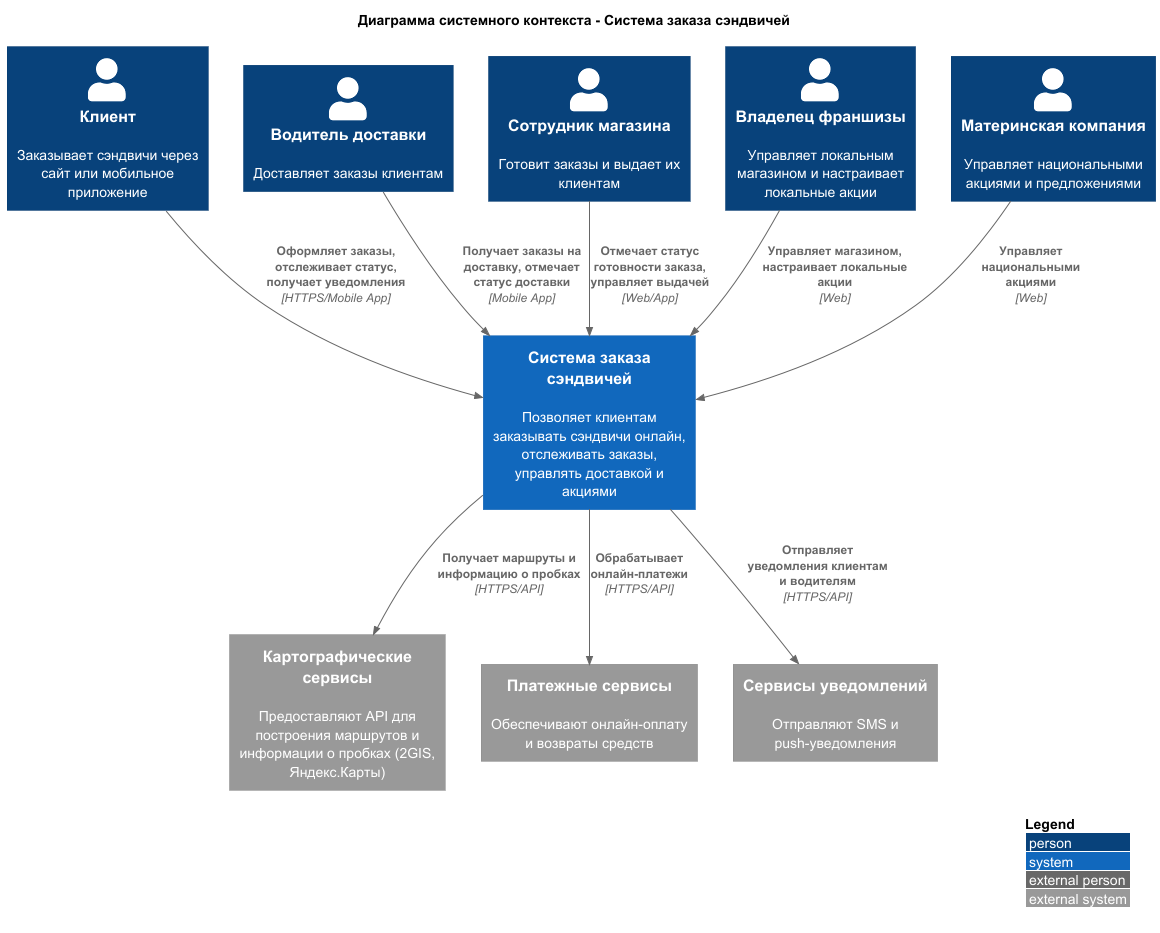
This is Lab Work №2/docs/context_diagram.png from QimbE/SoftwareArchitecture, a PlantUML export, as it was before one commit. Its diagram source:
```plantuml
@startuml
!include https://raw.githubusercontent.com/plantuml-stdlib/C4-PlantUML/master/C4_Context.puml

LAYOUT_WITH_LEGEND()

title Диаграмма системного контекста - Система заказа сэндвичей

Person(client, "Клиент", "Заказывает сэндвичи через сайт или мобильное приложение")
Person(driver, "Водитель доставки", "Доставляет заказы клиентам")
Person(employee, "Сотрудник магазина", "Готовит заказы и выдает их клиентам")
Person(franchisee, "Владелец франшизы", "Управляет локальным магазином и настраивает локальные акции")
Person(franchiser, "Материнская компания", "Управляет национальными акциями и предложениями")

System(sandwich_system, "Система заказа сэндвичей", "Позволяет клиентам заказывать сэндвичи онлайн, отслеживать заказы, управлять доставкой и акциями")

System_Ext(maps, "Картографические сервисы", "Предоставляют API для построения маршрутов и информации о пробках (2GIS, Яндекс.Карты)")
System_Ext(payment, "Платежные сервисы", "Обеспечивают онлайн-оплату и возвраты средств")
System_Ext(notification, "Сервисы уведомлений", "Отправляют SMS и push-уведомления")

Rel(client, sandwich_system, "Оформляет заказы, отслеживает статус, получает уведомления", "HTTPS/Mobile App")
Rel(driver, sandwich_system, "Получает заказы на доставку, отмечает статус доставки", "Mobile App")
Rel(employee, sandwich_system, "Отмечает статус готовности заказа, управляет выдачей", "Web/App")
Rel(franchisee, sandwich_system, "Управляет магазином, настраивает локальные акции", "Web")
Rel(franchiser, sandwich_system, "Управляет национальными акциями", "Web")

Rel(sandwich_system, maps, "Получает маршруты и информацию о пробках", "HTTPS/API")
Rel(sandwich_system, payment, "Обрабатывает онлайн-платежи", "HTTPS/API")
Rel(sandwich_system, notification, "Отправляет уведомления клиентам и водителям", "HTTPS/API")

@enduml
```
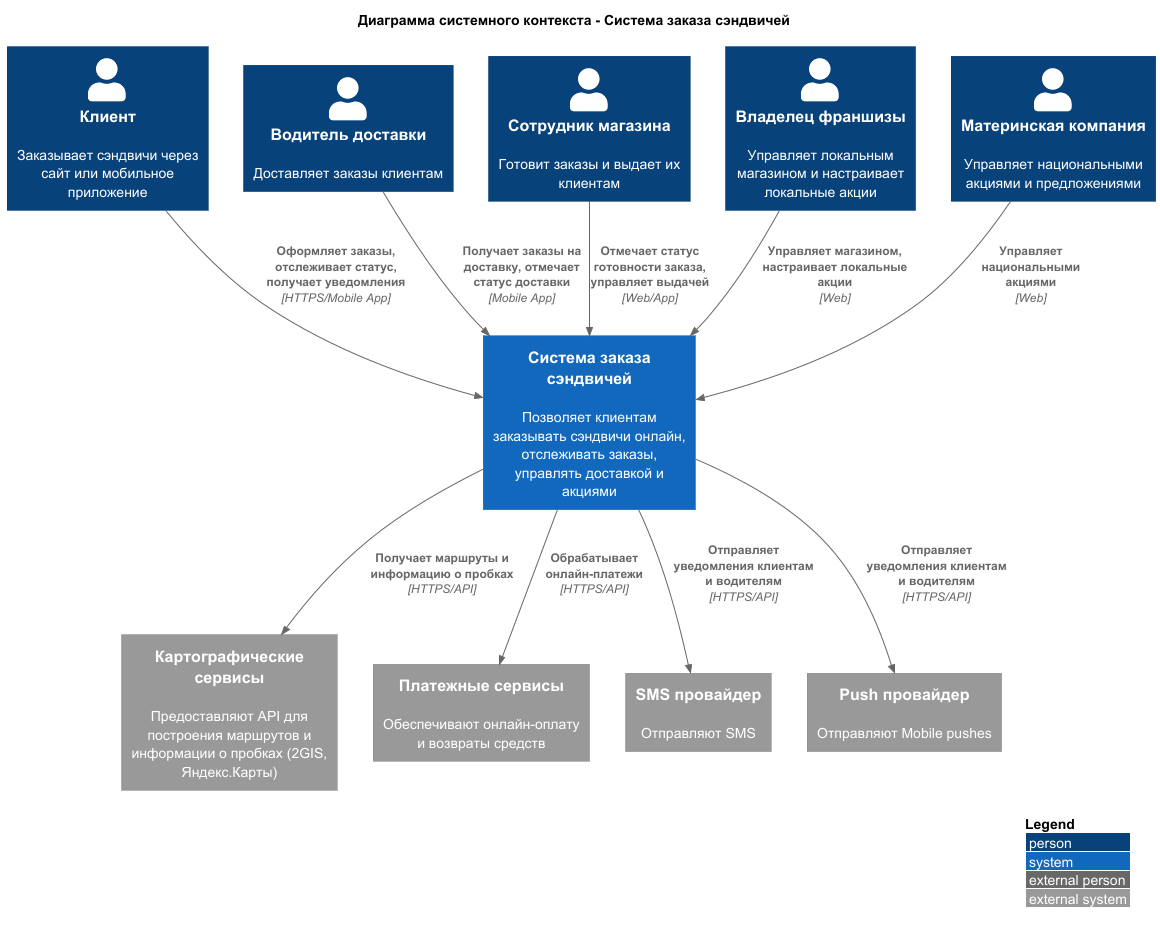
The same diagram one commit later.

Diff of the diagram source:
```diff
@@ -15,7 +15,8 @@
 
 System_Ext(maps, "Картографические сервисы", "Предоставляют API для построения маршрутов и информации о пробках (2GIS, Яндекс.Карты)")
 System_Ext(payment, "Платежные сервисы", "Обеспечивают онлайн-оплату и возвраты средств")
-System_Ext(notification, "Сервисы уведомлений", "Отправляют SMS и push-уведомления")
+System_Ext(notification_sms, "SMS провайдер", "Отправляют SMS")
+System_Ext(notification_push, "Push провайдер", "Отправляют Mobile pushes")
 
 Rel(client, sandwich_system, "Оформляет заказы, отслеживает статус, получает уведомления", "HTTPS/Mobile App")
 Rel(driver, sandwich_system, "Получает заказы на доставку, отмечает статус доставки", "Mobile App")
@@ -25,6 +26,7 @@
 
 Rel(sandwich_system, maps, "Получает маршруты и информацию о пробках", "HTTPS/API")
 Rel(sandwich_system, payment, "Обрабатывает онлайн-платежи", "HTTPS/API")
-Rel(sandwich_system, notification, "Отправляет уведомления клиентам и водителям", "HTTPS/API")
+Rel(sandwich_system, notification_sms, "Отправляет уведомления клиентам и водителям", "HTTPS/API")
+Rel(sandwich_system, notification_push, "Отправляет уведомления клиентам и водителям", "HTTPS/API")
 
 @enduml
```
